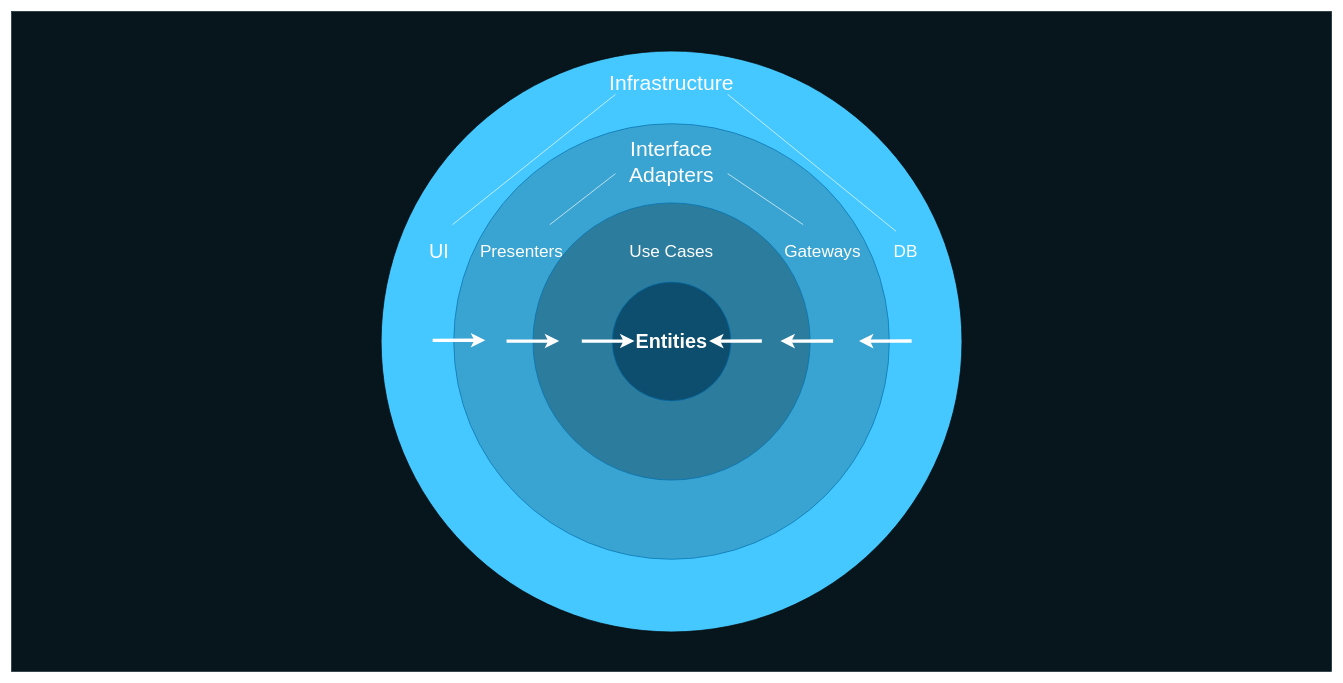
Before: deck/ru/diagrams/caLayersUsual.drawio in AlexanderLapygin/ca-react-rest-api-starter, a draw.io diagram. Source tidied: cells renumbered, new cells numbered last; positions are measured from the earlier drawing's top-left corner, leaving out a move shared by most shapes. Both pictures are drawn from the tidied source at 66%, with x=0, y=0 at pixel (11, 11).
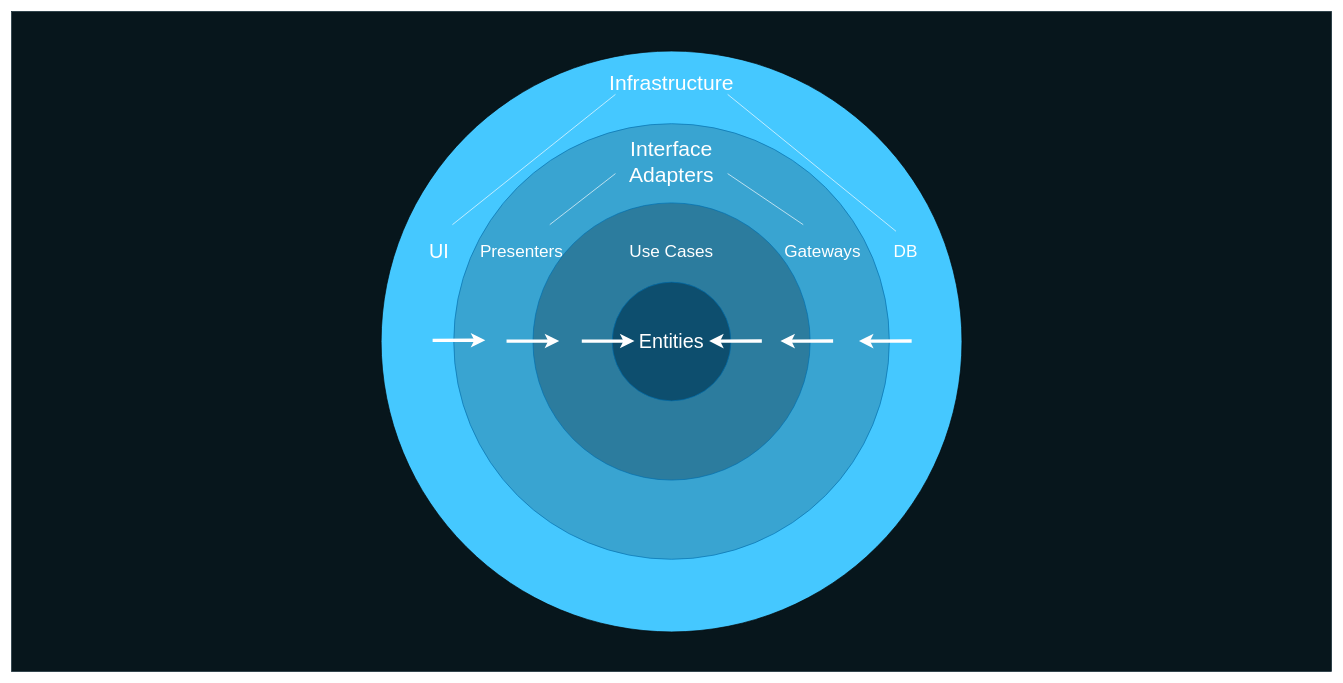
After the change.

What changed in the source:
```diff
@@
-    <mxCell id="6" value="Entities" style="ellipse;whiteSpace=wrap;html=1;fillColor=#0D4E6E;fontSize=30;fontStyle=1;strokeColor=#006EAF;fontColor=#ffffff;" parent="1" vertex="1">
+    <mxCell id="6" value="&lt;span style=&quot;font-weight: normal&quot;&gt;Entities&lt;/span&gt;" style="ellipse;whiteSpace=wrap;html=1;fillColor=#0D4E6E;fontSize=30;fontStyle=1;strokeColor=#006EAF;fontColor=#ffffff;" parent="1" vertex="1">
       <mxGeometry x="910" y="409.9" width="180" height="180" as="geometry" />
     </mxCell>
```
